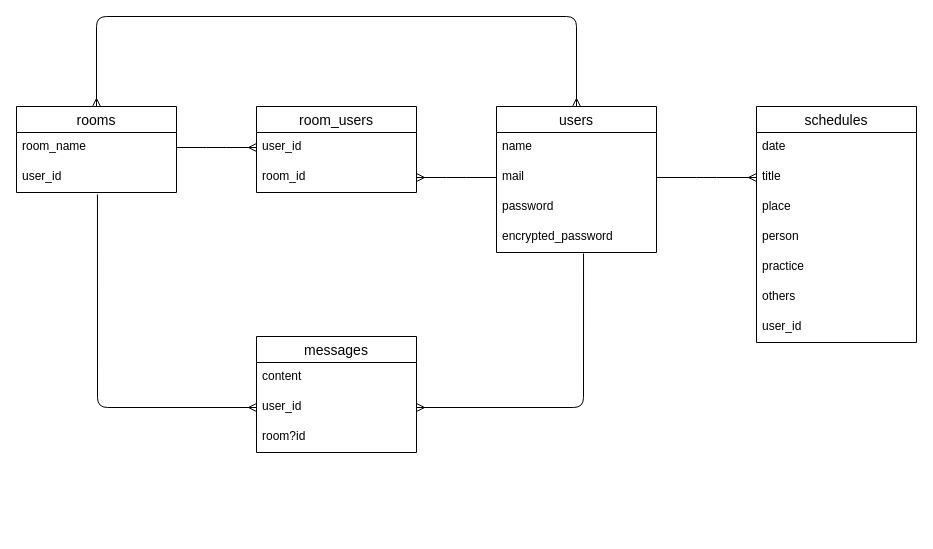
Earlier version of the draw.io diagram ER図.dio (kotsaito/team-app). Source tidied: cells renumbered, new cells numbered last; positions are measured from the earlier drawing's top-left corner, leaving out a move shared by most shapes. Both pictures are drawn from the tidied source at 100%, with x=0, y=0 at pixel (16, 16).
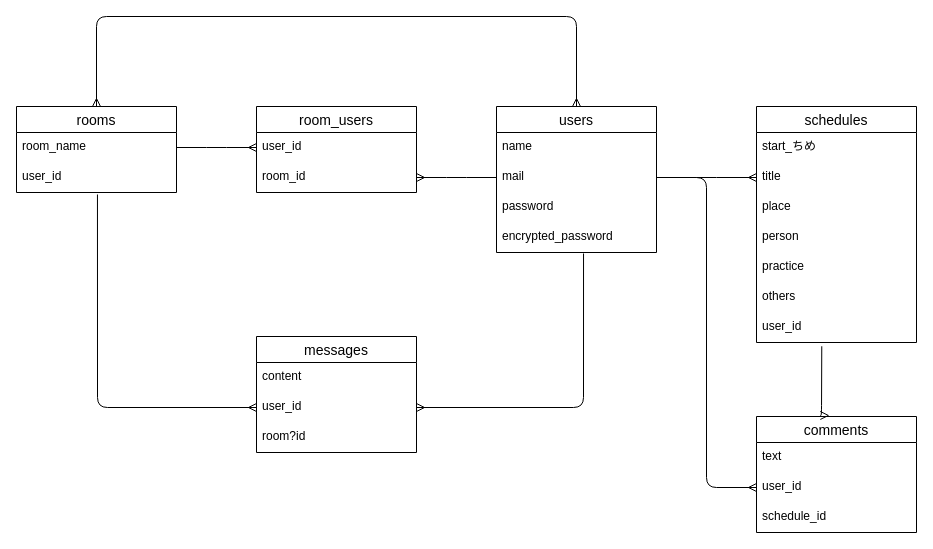
The same page after the edit.

Unchanged cells that the change refers to:
```xml
<mxCell id="4" value="mail" style="text;strokeColor=none;fillColor=none;spacingLeft=4;spacingRight=4;overflow=hidden;points=[[0,0.5],[1,0.5]];portConstraint=eastwest;fontSize=12;" parent="2" vertex="1">
  <mxGeometry y="56" width="160" height="30" as="geometry" />
</mxCell>
<mxCell id="7" value="schedules" style="swimlane;fontStyle=0;horizontal=1;startSize=26;align=center;fontSize=14;" parent="1" vertex="1">
  <mxGeometry x="740" y="90" width="160" height="236" as="geometry" />
</mxCell>
<mxCell id="14" value="user_id" style="text;strokeColor=none;fillColor=none;spacingLeft=4;spacingRight=4;overflow=hidden;points=[[0,0.5],[1,0.5]];portConstraint=eastwest;fontSize=12;" parent="7" vertex="1">
  <mxGeometry y="206" width="160" height="30" as="geometry" />
</mxCell>
```

What changed in the source:
```diff
@@
-    <mxCell id="8" value="date" style="text;strokeColor=none;fillColor=none;spacingLeft=4;spacingRight=4;overflow=hidden;fontSize=12;" parent="7" vertex="1">
+    <mxCell id="8" value="start_ちめ" style="text;strokeColor=none;fillColor=none;spacingLeft=4;spacingRight=4;overflow=hidden;fontSize=12;" parent="7" vertex="1">
       <mxGeometry y="26" width="160" height="30" as="geometry" />
     </mxCell>
@@
+    <mxCell id="31" value="comments" style="swimlane;fontStyle=0;horizontal=1;startSize=26;align=center;fontSize=14;" parent="1" vertex="1">
+      <mxGeometry x="740" y="400" width="160" height="116" as="geometry" />
+    </mxCell>
+    <mxCell id="32" value="text" style="text;strokeColor=none;fillColor=none;spacingLeft=4;spacingRight=4;overflow=hidden;fontSize=12;" parent="31" vertex="1">
+      <mxGeometry y="26" width="160" height="30" as="geometry" />
+    </mxCell>
+    <mxCell id="33" value="user_id" style="text;strokeColor=none;fillColor=none;spacingLeft=4;spacingRight=4;overflow=hidden;points=[[0,0.5],[1,0.5]];portConstraint=eastwest;fontSize=12;" parent="31" vertex="1">
+      <mxGeometry y="56" width="160" height="30" as="geometry" />
+    </mxCell>
+    <mxCell id="34" value="schedule_id" style="text;strokeColor=none;fillColor=none;spacingLeft=4;spacingRight=4;overflow=hidden;fontSize=12;" parent="31" vertex="1">
+      <mxGeometry y="86" width="160" height="30" as="geometry" />
+    </mxCell>
+    <mxCell id="35" style="edgeStyle=elbowEdgeStyle;html=1;exitX=0.408;exitY=1.126;exitDx=0;exitDy=0;entryX=0.399;entryY=-0.009;entryDx=0;entryDy=0;endArrow=ERmany;endFill=0;entryPerimeter=0;exitPerimeter=0;" parent="1" edge="1" source="14" target="31">
+      <mxGeometry relative="1" as="geometry" />
+    </mxCell>
+    <mxCell id="36" style="edgeStyle=elbowEdgeStyle;html=1;entryX=0;entryY=0.5;entryDx=0;entryDy=0;endArrow=ERmany;endFill=0;exitX=1;exitY=0.5;exitDx=0;exitDy=0;" parent="1" edge="1" source="4" target="33">
+      <mxGeometry relative="1" as="geometry">
+        <Array as="points">
+          <mxPoint x="690" y="270" />
+        </Array>
+      </mxGeometry>
+    </mxCell>
```
